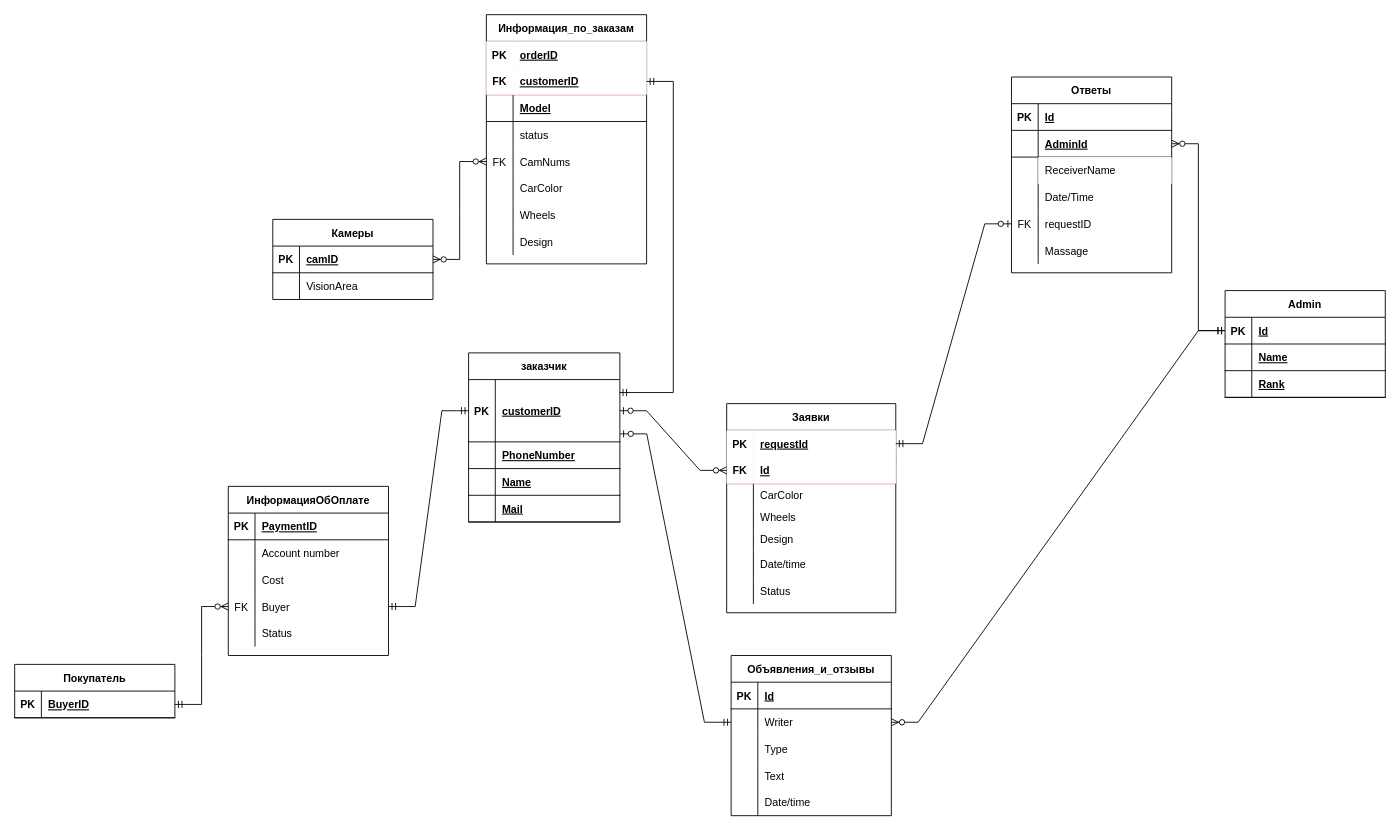
Before: DIAGRAMS/ER.drawio in PashkoW/Repository1, a draw.io diagram. Source tidied: cells renumbered, new cells numbered last; positions are measured from the earlier drawing's top-left corner, leaving out a move shared by most shapes. Both pictures are drawn from the tidied source at 89%, with x=0, y=0 at pixel (14, 14).
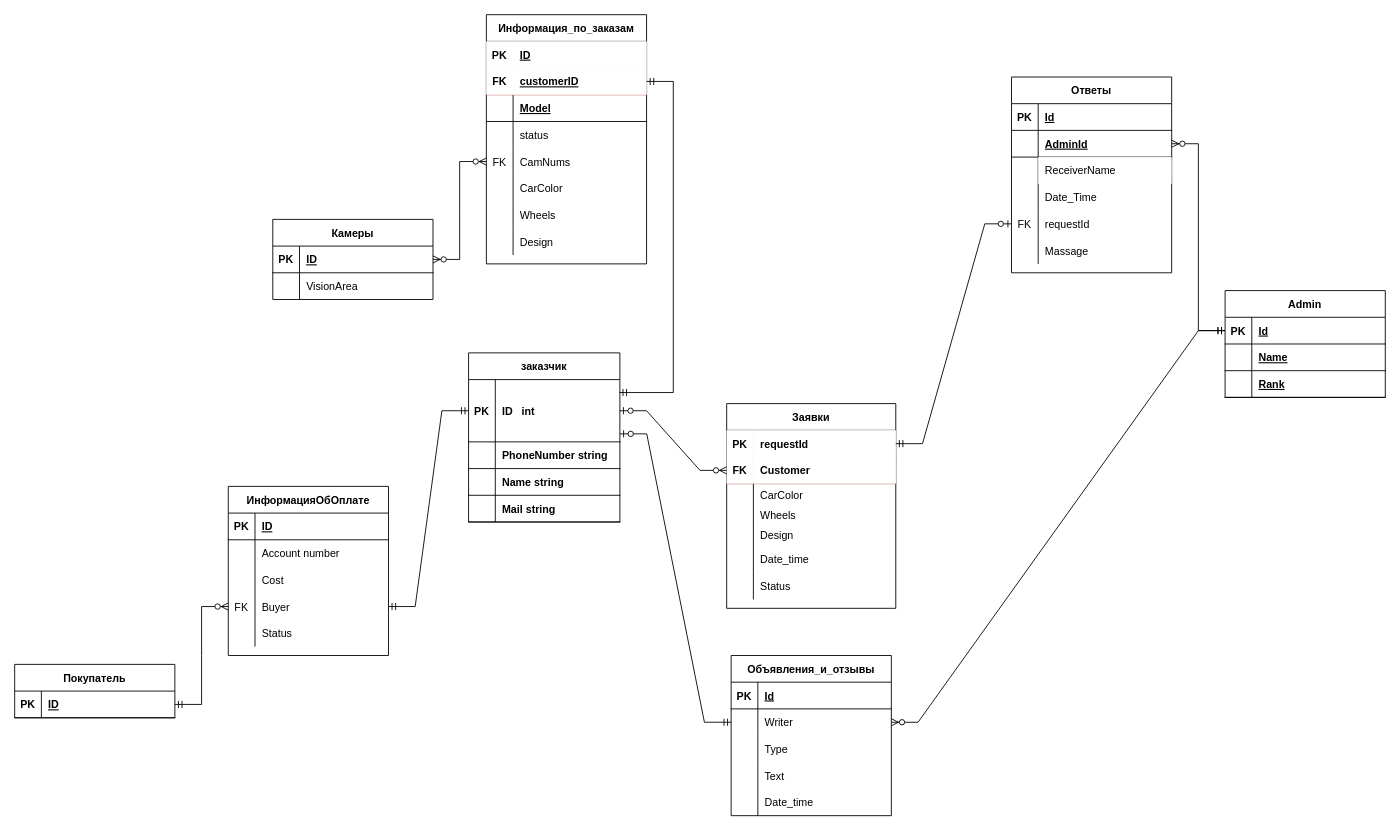
Above is the later version.

Unchanged cells that the change refers to:
```xml
<mxCell id="3" style="shape=partialRectangle;fillColor=none;top=0;left=0;bottom=1;right=0;points=[[0,0.5],[1,0.5]];portConstraint=eastwest;" parent="2" vertex="1">
  <mxGeometry y="30" width="170" height="70" as="geometry" />
</mxCell>
<mxCell id="6" style="shape=partialRectangle;fillColor=none;top=0;left=0;bottom=1;right=0;" parent="2" vertex="1">
  <mxGeometry y="100" width="170" height="30" as="geometry" />
</mxCell>
<mxCell id="9" style="shape=partialRectangle;fillColor=none;top=0;left=0;bottom=1;right=0;" parent="2" vertex="1">
  <mxGeometry y="130" width="170" height="30" as="geometry" />
</mxCell>
<mxCell id="12" style="shape=partialRectangle;fillColor=none;top=0;left=0;bottom=1;right=0;" parent="2" vertex="1">
  <mxGeometry y="160" width="170" height="30" as="geometry" />
</mxCell>
<mxCell id="25" style="shape=partialRectangle;fillColor=none;top=0;left=0;bottom=0;right=0;" parent="15" vertex="1">
  <mxGeometry y="120" width="180" height="30" as="geometry" />
</mxCell>
<mxCell id="28" style="shape=partialRectangle;fillColor=none;top=0;left=0;bottom=0;right=0;points=[[0,0.5],[1,0.5]];portConstraint=eastwest;" parent="15" vertex="1">
  <mxGeometry y="150" width="180" height="30" as="geometry" />
</mxCell>
<mxCell id="35" style="shape=partialRectangle;fillColor=#f8cecc;top=0;left=0;bottom=1;right=0;strokeColor=#b85450;" parent="34" vertex="1">
  <mxGeometry y="30" width="180" height="30" as="geometry" />
</mxCell>
<mxCell id="82" style="shape=partialRectangle;fillColor=none;top=0;left=0;bottom=0;right=0;" parent="69" vertex="1">
  <mxGeometry y="150" width="180" height="30" as="geometry" />
</mxCell>
<mxCell id="86" style="shape=partialRectangle;fillColor=#f8cecc;top=0;left=0;bottom=1;right=0;points=[[0,0.5],[1,0.5]];portConstraint=eastwest;strokeColor=#b85450;" parent="85" vertex="1">
  <mxGeometry y="30" width="190" height="30" as="geometry" />
</mxCell>
<mxCell id="89" style="shape=partialRectangle;fillColor=#f8cecc;top=0;left=0;bottom=1;right=0;points=[[0,0.5],[1,0.5]];portConstraint=eastwest;strokeColor=#b85450;" parent="85" vertex="1">
  <mxGeometry y="60" width="190" height="30" as="geometry" />
</mxCell>
<mxCell id="108" style="shape=partialRectangle;fillColor=none;top=0;left=0;bottom=1;right=0;" parent="107" vertex="1">
  <mxGeometry y="30" width="180" height="30" as="geometry" />
</mxCell>
<mxCell id="124" style="shape=partialRectangle;fillColor=none;top=0;left=0;bottom=1;right=0;points=[[0,0.5],[1,0.5]];portConstraint=eastwest;" parent="123" vertex="1">
  <mxGeometry y="30" width="180" height="30" as="geometry" />
</mxCell>
<mxCell id="131" style="shape=partialRectangle;fillColor=none;top=0;left=0;bottom=1;right=0;points=[[0,0.5],[1,0.5]];portConstraint=eastwest;" parent="130" vertex="1">
  <mxGeometry y="30" width="180" height="30" as="geometry" />
</mxCell>
```

Change to the diagram source:
```diff
@@
-    <mxCell id="2" value="заказчик" style="shape=table;startSize=30;childLayout=tableLayout;rowLines=0;fontStyle=1;align=center;" parent="1" vertex="1">
+    <mxCell id="2" value="заказчик" style="shape=table;startSize=30;childLayout=tableLayout;rowLines=0;fontStyle=1;align=center;strokeWidth=1;verticalAlign=middle;fontColor=default;" parent="1" vertex="1">
       <mxGeometry x="510" y="380" width="170" height="190" as="geometry" />
     </mxCell>
@@
-    <mxCell id="5" value="customerID" style="shape=partialRectangle;fillColor=none;top=0;left=0;bottom=0;right=0;align=left;spacingLeft=6;fontStyle=5;overflow=hidden;" parent="3" vertex="1">
+    <mxCell id="5" value="ID   int" style="shape=partialRectangle;fillColor=none;top=0;left=0;bottom=0;right=0;align=left;spacingLeft=6;fontStyle=1;overflow=hidden;" parent="3" vertex="1">
       <mxGeometry x="30" width="140" height="70" as="geometry" />
     </mxCell>
@@
-    <mxCell id="8" value="PhoneNumber" style="shape=partialRectangle;fillColor=none;top=0;left=0;bottom=0;right=0;align=left;spacingLeft=6;fontStyle=5;overflow=hidden;" parent="6" vertex="1">
+    <mxCell id="8" value="PhoneNumber string" style="shape=partialRectangle;fillColor=none;top=0;left=0;bottom=0;right=0;align=left;spacingLeft=6;fontStyle=1;overflow=hidden;" parent="6" vertex="1">
       <mxGeometry x="30" width="140" height="30" as="geometry" />
     </mxCell>
@@
-    <mxCell id="11" value="Name" style="shape=partialRectangle;fillColor=none;top=0;left=0;bottom=0;right=0;align=left;spacingLeft=6;fontStyle=5;overflow=hidden;" parent="9" vertex="1">
+    <mxCell id="11" value="Name string" style="shape=partialRectangle;fillColor=none;top=0;left=0;bottom=0;right=0;align=left;spacingLeft=6;fontStyle=1;overflow=hidden;" parent="9" vertex="1">
       <mxGeometry x="30" width="140" height="30" as="geometry" />
     </mxCell>
@@
-    <mxCell id="14" value="Mail" style="shape=partialRectangle;fillColor=none;top=0;left=0;bottom=0;right=0;align=left;spacingLeft=6;fontStyle=5;overflow=hidden;" parent="12" vertex="1">
+    <mxCell id="14" value="Mail string" style="shape=partialRectangle;fillColor=none;top=0;left=0;bottom=0;right=0;align=left;spacingLeft=6;fontStyle=1;overflow=hidden;" parent="12" vertex="1">
       <mxGeometry x="30" width="140" height="30" as="geometry" />
     </mxCell>
@@
-    <mxCell id="27" value="Date/Time" style="shape=partialRectangle;fillColor=none;top=0;left=0;bottom=0;right=0;align=left;spacingLeft=6;overflow=hidden;" parent="25" vertex="1">
+    <mxCell id="27" value="Date_Time" style="shape=partialRectangle;fillColor=none;top=0;left=0;bottom=0;right=0;align=left;spacingLeft=6;overflow=hidden;" parent="25" vertex="1">
       <mxGeometry x="30" width="150" height="30" as="geometry" />
     </mxCell>
@@
-    <mxCell id="30" value="requestID" style="shape=partialRectangle;fillColor=none;top=0;left=0;bottom=0;right=0;align=left;spacingLeft=6;overflow=hidden;" parent="28" vertex="1">
+    <mxCell id="30" value="requestId" style="shape=partialRectangle;fillColor=none;top=0;left=0;bottom=0;right=0;align=left;spacingLeft=6;overflow=hidden;" parent="28" vertex="1">
       <mxGeometry x="30" width="150" height="30" as="geometry" />
     </mxCell>
@@
-    <mxCell id="37" value="orderID" style="shape=partialRectangle;top=0;left=0;bottom=0;right=0;align=left;spacingLeft=6;fontStyle=5;overflow=hidden;" parent="35" vertex="1">
+    <mxCell id="37" value="ID" style="shape=partialRectangle;top=0;left=0;bottom=0;right=0;align=left;spacingLeft=6;fontStyle=5;overflow=hidden;" parent="35" vertex="1">
       <mxGeometry x="30" width="150" height="30" as="geometry" />
     </mxCell>
@@
-    <mxCell id="84" value="Date/time" style="shape=partialRectangle;fillColor=none;top=0;left=0;bottom=0;right=0;align=left;spacingLeft=6;overflow=hidden;" parent="82" vertex="1">
+    <mxCell id="84" value="Date_time" style="shape=partialRectangle;fillColor=none;top=0;left=0;bottom=0;right=0;align=left;spacingLeft=6;overflow=hidden;" parent="82" vertex="1">
       <mxGeometry x="30" width="150" height="30" as="geometry" />
     </mxCell>
     <mxCell id="85" value="Заявки" style="shape=table;startSize=30;childLayout=tableLayout;rowLines=0;fontStyle=1;align=center;" parent="1" vertex="1">
-      <mxGeometry x="800" y="437" width="190" height="235" as="geometry" />
+      <mxGeometry x="800" y="437" width="190" height="230" as="geometry" />
     </mxCell>
@@
-    <mxCell id="88" value="requestId" style="shape=partialRectangle;top=0;left=0;bottom=0;right=0;align=left;spacingLeft=6;fontStyle=5;overflow=hidden;" parent="86" vertex="1">
+    <mxCell id="88" value="requestId" style="shape=partialRectangle;top=0;left=0;bottom=0;right=0;align=left;spacingLeft=6;fontStyle=1;overflow=hidden;" parent="86" vertex="1">
       <mxGeometry x="30" width="160" height="30" as="geometry" />
     </mxCell>
@@
-    <mxCell id="91" value="Id" style="shape=partialRectangle;top=0;left=0;bottom=0;right=0;align=left;spacingLeft=6;fontStyle=5;overflow=hidden;" parent="89" vertex="1">
+    <mxCell id="91" value="Customer" style="shape=partialRectangle;top=0;left=0;bottom=0;right=0;align=left;spacingLeft=6;fontStyle=1;overflow=hidden;" parent="89" vertex="1">
       <mxGeometry x="30" width="160" height="30" as="geometry" />
     </mxCell>
@@
     <mxCell id="95" style="shape=partialRectangle;fillColor=none;top=0;left=0;bottom=0;right=0;" parent="85" vertex="1">
-      <mxGeometry y="115" width="190" height="25" as="geometry" />
+      <mxGeometry y="115" width="190" height="20" as="geometry" />
     </mxCell>
     <mxCell id="96" style="shape=partialRectangle;fillColor=none;top=0;left=0;bottom=0;right=0;overflow=hidden;" parent="95" vertex="1">
-      <mxGeometry width="30" height="25" as="geometry" />
+      <mxGeometry width="30" height="20" as="geometry" />
     </mxCell>
     <mxCell id="97" value="Wheels" style="shape=partialRectangle;fillColor=none;top=0;left=0;bottom=0;right=0;align=left;spacingLeft=6;overflow=hidden;" parent="95" vertex="1">
-      <mxGeometry x="30" width="160" height="25" as="geometry" />
+      <mxGeometry x="30" width="160" height="20" as="geometry" />
     </mxCell>
     <mxCell id="98" style="shape=partialRectangle;fillColor=none;top=0;left=0;bottom=0;right=0;" parent="85" vertex="1">
-      <mxGeometry y="140" width="190" height="25" as="geometry" />
+      <mxGeometry y="135" width="190" height="25" as="geometry" />
     </mxCell>
@@
     <mxCell id="101" style="shape=partialRectangle;fillColor=none;top=0;left=0;bottom=0;right=0;" parent="85" vertex="1">
-      <mxGeometry y="165" width="190" height="30" as="geometry" />
+      <mxGeometry y="160" width="190" height="30" as="geometry" />
     </mxCell>
@@
-    <mxCell id="103" value="Date/time" style="shape=partialRectangle;fillColor=none;top=0;left=0;bottom=0;right=0;align=left;spacingLeft=6;overflow=hidden;" parent="101" vertex="1">
+    <mxCell id="103" value="Date_time" style="shape=partialRectangle;fillColor=none;top=0;left=0;bottom=0;right=0;align=left;spacingLeft=6;overflow=hidden;" parent="101" vertex="1">
       <mxGeometry x="30" width="160" height="30" as="geometry" />
     </mxCell>
     <mxCell id="104" style="shape=partialRectangle;fillColor=none;top=0;left=0;bottom=0;right=0;" parent="85" vertex="1">
-      <mxGeometry y="195" width="190" height="30" as="geometry" />
+      <mxGeometry y="190" width="190" height="30" as="geometry" />
     </mxCell>
@@
-    <mxCell id="110" value="PaymentID" style="shape=partialRectangle;fillColor=none;top=0;left=0;bottom=0;right=0;align=left;spacingLeft=6;fontStyle=5;overflow=hidden;" parent="108" vertex="1">
+    <mxCell id="110" value="ID" style="shape=partialRectangle;fillColor=none;top=0;left=0;bottom=0;right=0;align=left;spacingLeft=6;fontStyle=5;overflow=hidden;" parent="108" vertex="1">
       <mxGeometry x="30" width="150" height="30" as="geometry" />
     </mxCell>
@@
-    <mxCell id="126" value="camID" style="shape=partialRectangle;fillColor=none;top=0;left=0;bottom=0;right=0;align=left;spacingLeft=6;fontStyle=5;overflow=hidden;" parent="124" vertex="1">
+    <mxCell id="126" value="ID" style="shape=partialRectangle;fillColor=none;top=0;left=0;bottom=0;right=0;align=left;spacingLeft=6;fontStyle=5;overflow=hidden;" parent="124" vertex="1">
       <mxGeometry x="30" width="150" height="30" as="geometry" />
     </mxCell>
@@
-    <mxCell id="133" value="BuyerID" style="shape=partialRectangle;fillColor=none;top=0;left=0;bottom=0;right=0;align=left;spacingLeft=6;fontStyle=5;overflow=hidden;" parent="131" vertex="1">
+    <mxCell id="133" value="ID" style="shape=partialRectangle;fillColor=none;top=0;left=0;bottom=0;right=0;align=left;spacingLeft=6;fontStyle=5;overflow=hidden;" parent="131" vertex="1">
       <mxGeometry x="30" width="150" height="30" as="geometry" />
     </mxCell>
```
